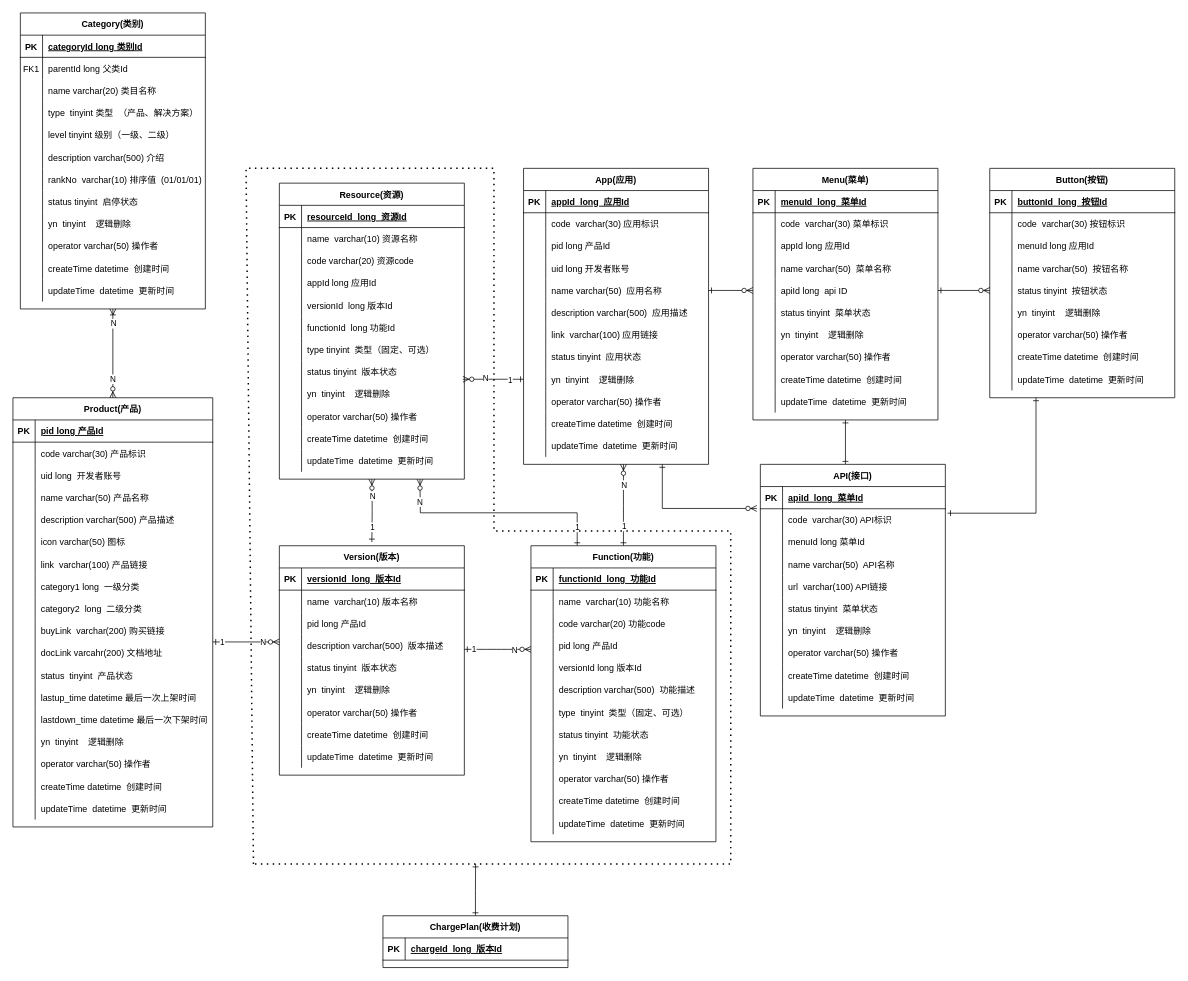
AjaxXu/Diagram keeps this draw.io diagram as product.drawio. Above is the earlier version. Source tidied: cells renumbered, new cells numbered last; positions are measured from the earlier drawing's top-left corner, leaving out a move shared by most shapes. Both pictures are drawn from the tidied source at 74%, with x=0, y=0 at pixel (13, 13).
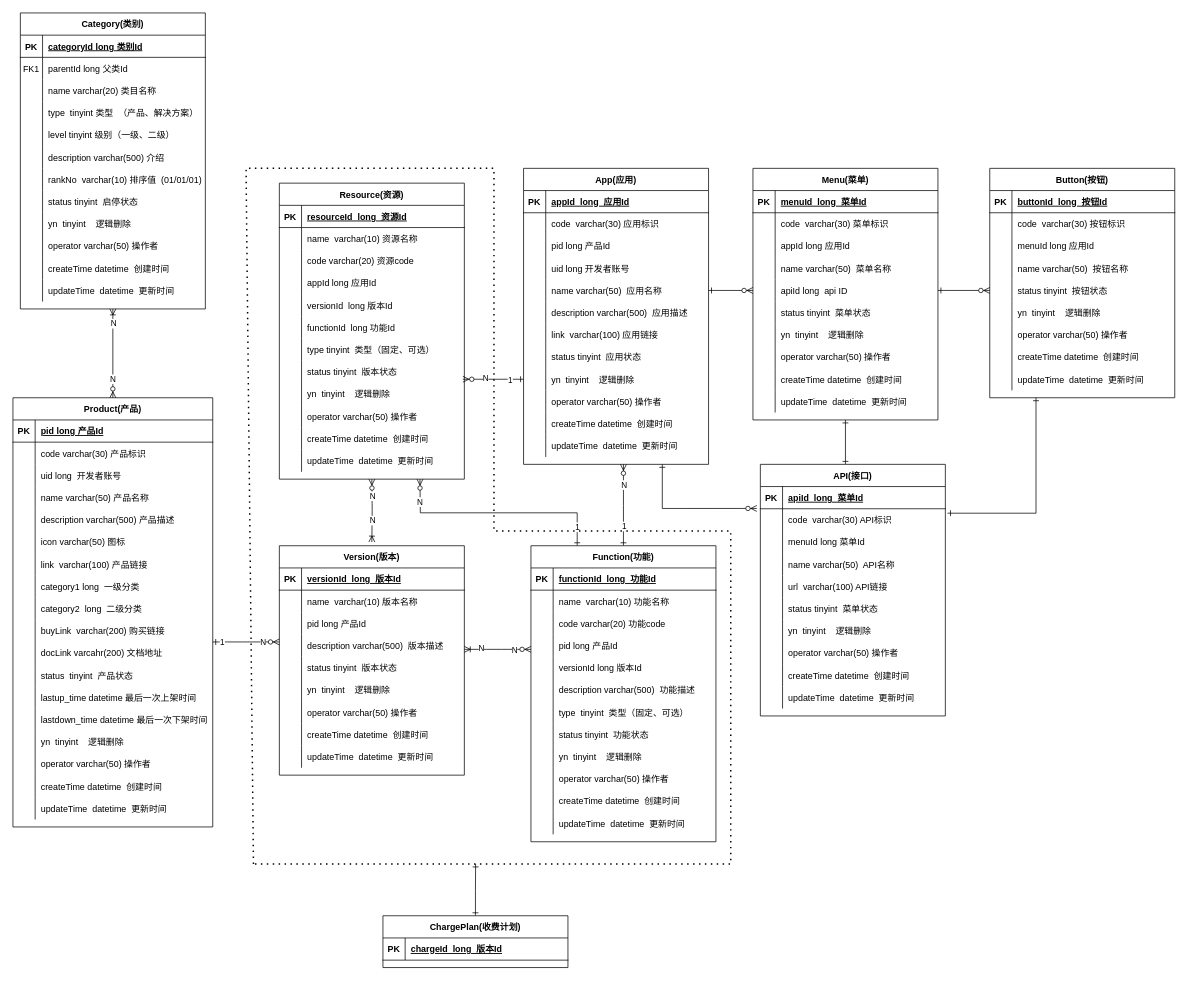
Above is the later version.

Unchanged cells that the change refers to:
```xml
<mxCell id="214" value="Resource(资源)" style="shape=table;startSize=30;childLayout=tableLayout;rowLines=0;fontStyle=1;align=center;" parent="1" vertex="1">
  <mxGeometry x="360" y="230" width="250" height="400" as="geometry" />
</mxCell>
```

What changed in the source:
```diff
@@
-    <mxCell id="251" style="edgeStyle=entityRelationEdgeStyle;endArrow=ERzeroToMany;startArrow=ERone;endFill=1;startFill=0;" parent="1" edge="1">
+    <mxCell id="251" style="edgeStyle=entityRelationEdgeStyle;endArrow=ERzeroToMany;startArrow=ERoneToMany;endFill=1;startFill=0;" parent="1" edge="1">
       <mxGeometry relative="1" as="geometry">
         <mxPoint x="610" y="860" as="sourcePoint" />
         <mxPoint x="700" y="860" as="targetPoint" />
       </mxGeometry>
     </mxCell>
-    <mxCell id="252" value="1" style="edgeLabel;html=1;align=center;verticalAlign=middle;" parent="251" vertex="1">
-      <mxGeometry x="-0.74" y="1" relative="1" as="geometry" />
-    </mxCell>
@@
+    <mxCell id="356" value="N" style="edgeLabel;html=1;align=center;verticalAlign=middle;" parent="251" vertex="1">
+      <mxGeometry x="-0.51" y="2" relative="1" as="geometry" />
+    </mxCell>
-    <mxCell id="254" style="edgeStyle=orthogonalEdgeStyle;endArrow=ERzeroToMany;startArrow=ERone;endFill=1;startFill=0;entryX=0.5;entryY=1;entryDx=0;entryDy=0;" parent="1" edge="1" target="214">
+    <mxCell id="254" style="edgeStyle=orthogonalEdgeStyle;endArrow=ERzeroToMany;startArrow=ERoneToMany;endFill=1;startFill=0;entryX=0.5;entryY=1;entryDx=0;entryDy=0;" parent="1" edge="1" target="214">
       <mxGeometry relative="1" as="geometry">
         <mxPoint x="485" y="715" as="sourcePoint" />
       </mxGeometry>
     </mxCell>
@@
-    <mxCell id="256" value="1" style="edgeLabel;html=1;align=center;verticalAlign=middle;" parent="254" vertex="1">
-      <mxGeometry x="-0.51" relative="1" as="geometry" />
-    </mxCell>
+    <mxCell id="357" value="N" style="edgeLabel;html=1;align=center;verticalAlign=middle;" parent="254" vertex="1">
+      <mxGeometry x="-0.29" relative="1" as="geometry" />
+    </mxCell>
```
